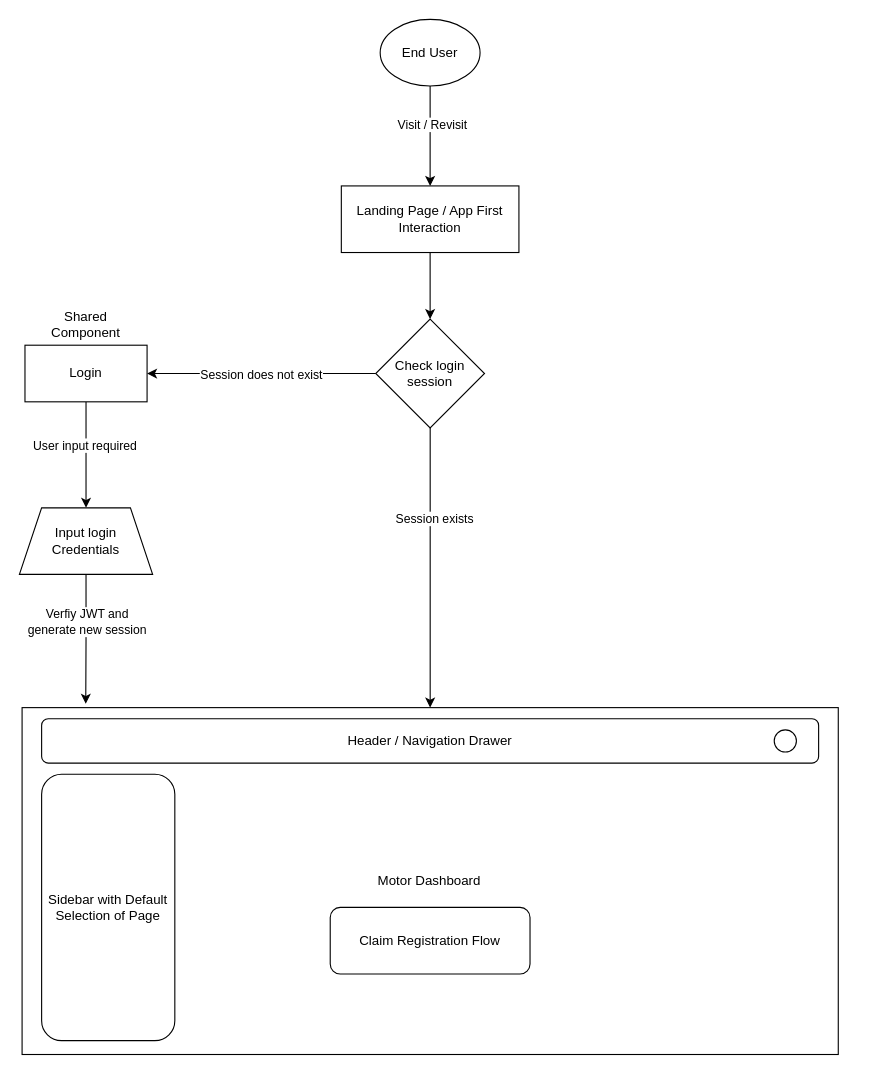
Earlier version of the draw.io diagram front end.drawio (aashishinvy/nhcx). Source tidied: cells renumbered, new cells numbered last; positions are measured from the earlier drawing's top-left corner, leaving out a move shared by most shapes. Both pictures are drawn from the tidied source at 111%, with x=0, y=0 at pixel (19, 19).
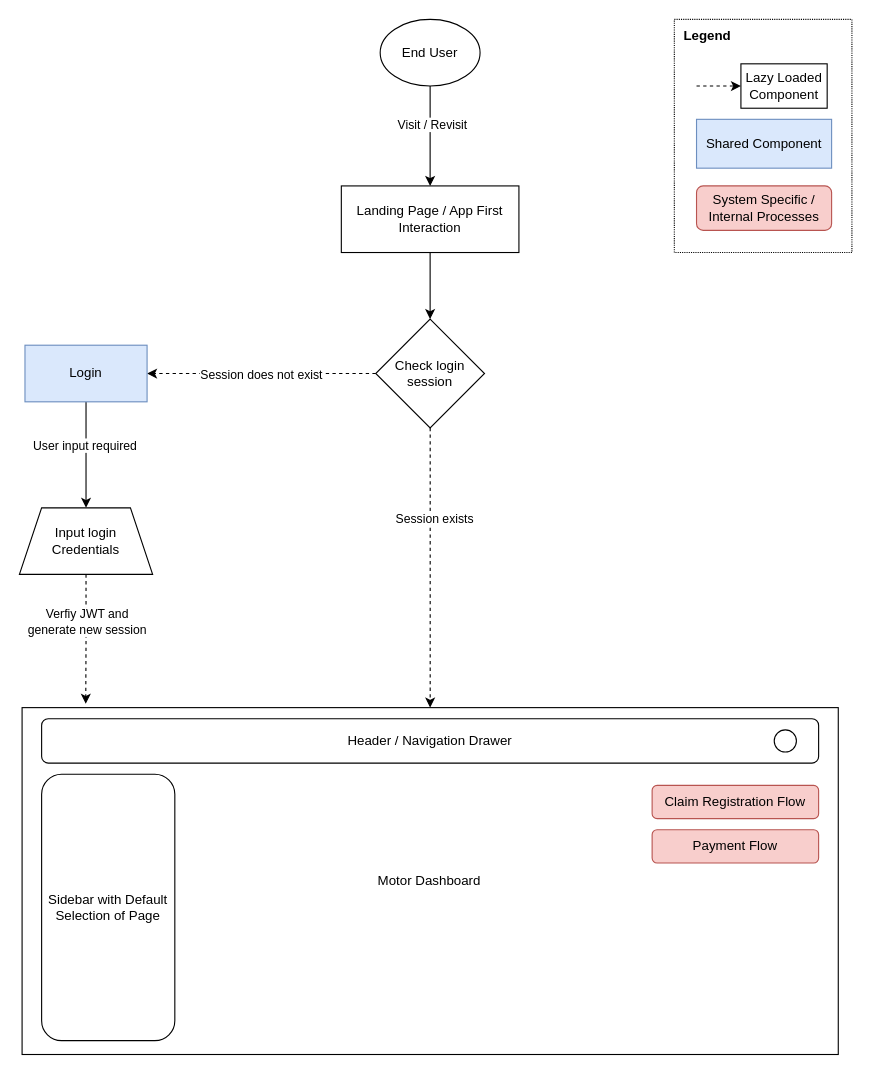
The same diagram, later.

Unchanged cells that the change refers to:
```xml
<mxCell id="11" value="Check login session" style="rhombus;whiteSpace=wrap;html=1;" parent="1" vertex="1">
  <mxGeometry x="321" y="270" width="98" height="98" as="geometry" />
</mxCell>
<mxCell id="12" value="Motor Dashboard" style="rounded=0;whiteSpace=wrap;html=1;" parent="1" vertex="1">
  <mxGeometry x="2.4" y="620" width="735.3" height="312.5" as="geometry" />
</mxCell>
<mxCell id="16" value="Input login Credentials" style="shape=trapezoid;perimeter=trapezoidPerimeter;whiteSpace=wrap;html=1;fixedSize=1;" parent="1" vertex="1">
  <mxGeometry y="440" width="120" height="60" as="geometry" />
</mxCell>
```

The edit, as a diff of the source:
```diff
@@
+    <mxCell id="24" style="rounded=0;whiteSpace=wrap;html=1;dashed=1;dashPattern=1 1;" parent="1" vertex="1">
+      <mxGeometry x="590" width="160" height="210" as="geometry" />
+    </mxCell>
@@
-    <mxCell id="7" style="edgeStyle=orthogonalEdgeStyle;rounded=0;jettySize=auto;html=1;exitX=0;exitY=0.5;exitDx=0;exitDy=0;entryX=1;entryY=0.5;entryDx=0;entryDy=0;" parent="1" edge="1" source="11" target="15">
+    <mxCell id="7" style="edgeStyle=orthogonalEdgeStyle;rounded=0;jettySize=auto;html=1;exitX=0;exitY=0.5;exitDx=0;exitDy=0;entryX=1;entryY=0.5;entryDx=0;entryDy=0;dashed=1;" parent="1" edge="1" source="11" target="15">
       <mxGeometry relative="1" as="geometry" />
     </mxCell>
@@
-    <mxCell id="9" style="edgeStyle=orthogonalEdgeStyle;rounded=0;jettySize=auto;html=1;entryX=0.5;entryY=0;entryDx=0;entryDy=0;" parent="1" edge="1" source="11" target="12">
+    <mxCell id="9" style="edgeStyle=orthogonalEdgeStyle;rounded=0;jettySize=auto;html=1;entryX=0.5;entryY=0;entryDx=0;entryDy=0;dashed=1;" parent="1" edge="1" source="11" target="12">
       <mxGeometry relative="1" as="geometry" />
     </mxCell>
@@
-    <mxCell id="15" value="Login" style="rounded=0;whiteSpace=wrap;html=1;" parent="1" vertex="1">
+    <mxCell id="15" value="Login" style="rounded=0;whiteSpace=wrap;html=1;fillColor=#dae8fc;strokeColor=#6c8ebf;" parent="1" vertex="1">
       <mxGeometry x="5" y="293.5" width="110" height="51" as="geometry" />
     </mxCell>
@@
-    <mxCell id="17" style="edgeStyle=orthogonalEdgeStyle;rounded=0;jettySize=auto;html=1;entryX=0.078;entryY=-0.011;entryDx=0;entryDy=0;entryPerimeter=0;" parent="1" edge="1" source="16" target="12">
+    <mxCell id="17" style="edgeStyle=orthogonalEdgeStyle;rounded=0;jettySize=auto;html=1;entryX=0.078;entryY=-0.011;entryDx=0;entryDy=0;entryPerimeter=0;dashed=1;" parent="1" edge="1" source="16" target="12">
       <mxGeometry relative="1" as="geometry" />
     </mxCell>
@@
-    <mxCell id="19" value="Shared Component" style="text;html=1;strokeColor=none;fillColor=none;align=center;verticalAlign=middle;whiteSpace=wrap;rounded=0;" parent="1" vertex="1">
-      <mxGeometry x="30" y="260" width="60" height="30" as="geometry" />
-    </mxCell>
@@
-    <mxCell id="23" value="Claim Registration Flow" style="rounded=1;whiteSpace=wrap;html=1;" parent="1" vertex="1">
-      <mxGeometry x="280" y="800" width="180" height="60" as="geometry" />
+    <mxCell id="23" value="Claim Registration Flow" style="rounded=1;whiteSpace=wrap;html=1;fillColor=#f8cecc;strokeColor=#b85450;" parent="1" vertex="1">
+      <mxGeometry x="570" y="690" width="150" height="30" as="geometry" />
     </mxCell>
+    <mxCell id="25" style="endArrow=classic;html=1;rounded=0;dashed=1;" parent="1" edge="1">
+      <mxGeometry relative="1" as="geometry">
+        <mxPoint x="610" y="60" as="sourcePoint" />
+        <mxPoint x="650" y="60" as="targetPoint" />
+      </mxGeometry>
+    </mxCell>
+    <mxCell id="26" value="Lazy Loaded Component" style="rounded=0;whiteSpace=wrap;html=1;" parent="1" vertex="1">
+      <mxGeometry x="650" y="40" width="77.7" height="40" as="geometry" />
+    </mxCell>
+    <mxCell id="27" value="Legend" style="text;html=1;strokeColor=none;fillColor=none;align=center;verticalAlign=middle;whiteSpace=wrap;rounded=0;fontStyle=1;" parent="1" vertex="1">
+      <mxGeometry x="590" width="60" height="30" as="geometry" />
+    </mxCell>
+    <mxCell id="19" value="Shared Component" style="rounded=0;whiteSpace=wrap;html=1;fillColor=#dae8fc;strokeColor=#6c8ebf;" parent="1" vertex="1">
+      <mxGeometry x="610" y="90" width="121.7" height="44" as="geometry" />
+    </mxCell>
+    <mxCell id="28" value="Payment Flow" style="rounded=1;whiteSpace=wrap;html=1;fillColor=#f8cecc;strokeColor=#b85450;" parent="1" vertex="1">
+      <mxGeometry x="570" y="730" width="150" height="30" as="geometry" />
+    </mxCell>
+    <mxCell id="29" value="System Specific / Internal Processes" style="rounded=1;whiteSpace=wrap;html=1;fillColor=#f8cecc;strokeColor=#b85450;" parent="1" vertex="1">
+      <mxGeometry x="610" y="150" width="121.7" height="40" as="geometry" />
+    </mxCell>
```
